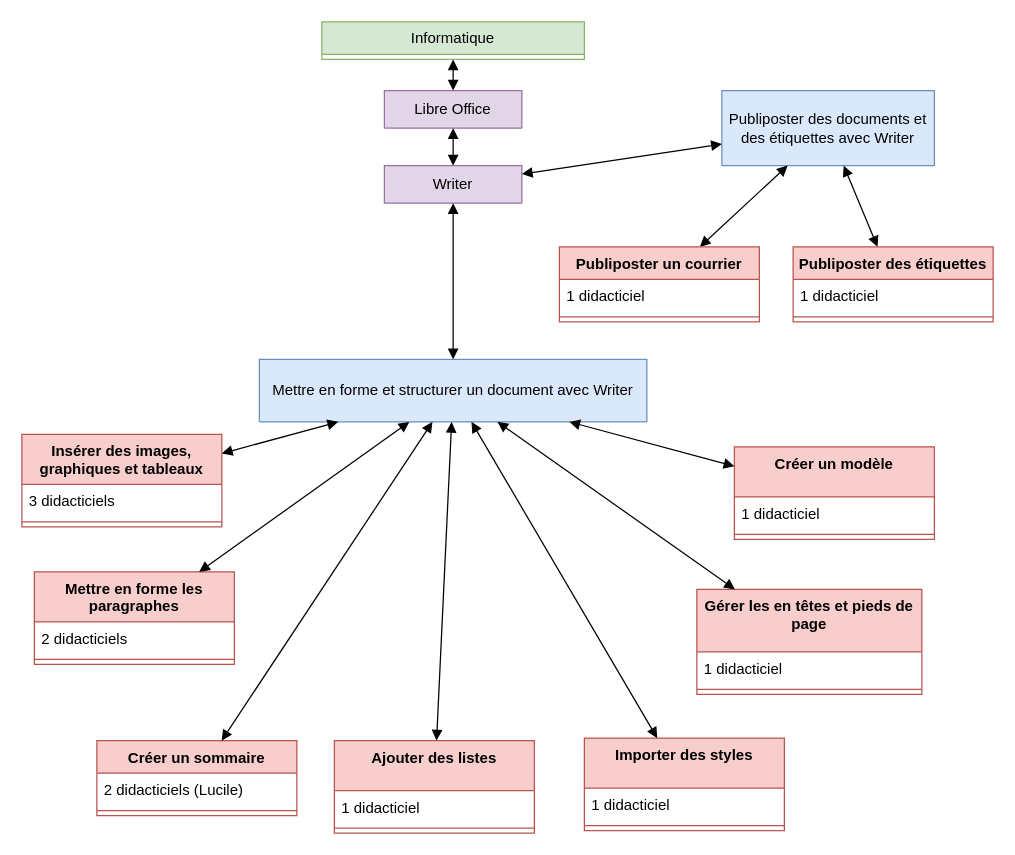
Above: Writer.drawio in jean-seb-2106/pythontest (draw.io), before the change. Source tidied: cells renumbered, new cells numbered last; positions are measured from the earlier drawing's top-left corner, leaving out a move shared by most shapes. Both pictures are drawn from the tidied source at 125%, with x=0, y=0 at pixel (21, 21).
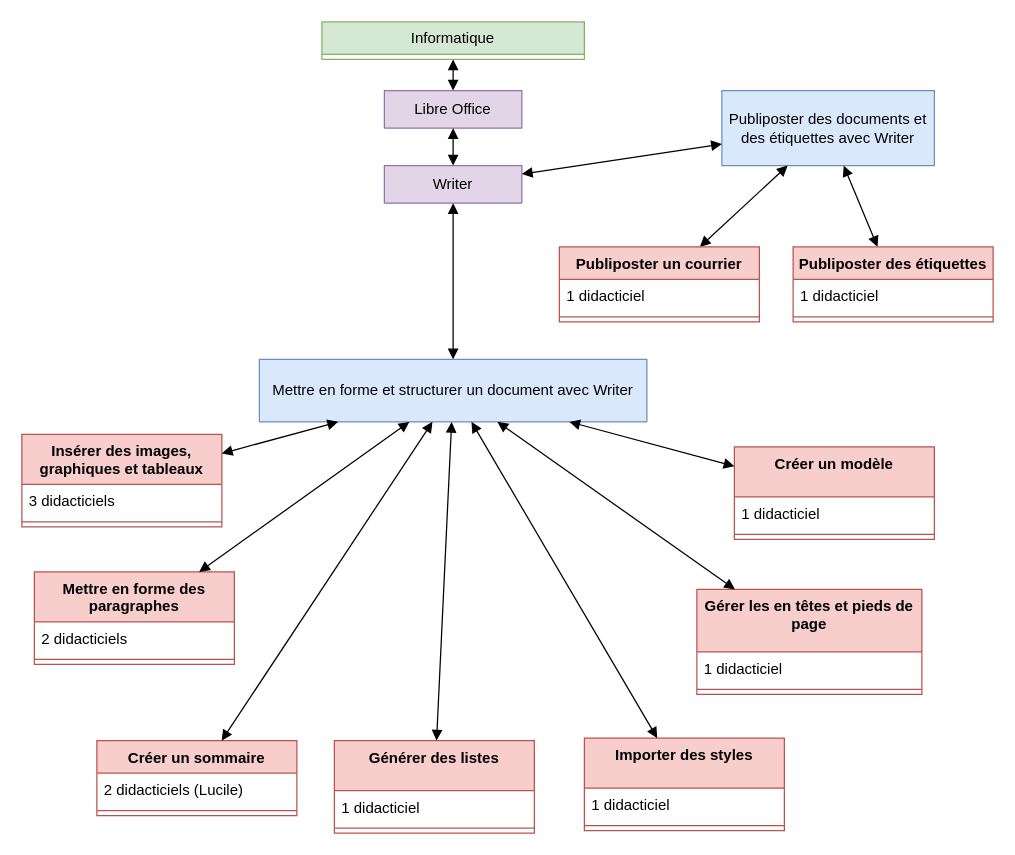
Above is the later version.

Commit message:
Mettre à jour Writer.drawio

Change to the diagram source:
```diff
@@
-    <mxCell id="22" value="Mettre en forme les paragraphes" style="swimlane;fontStyle=1;align=center;verticalAlign=top;horizontal=1;startSize=40;whiteSpace=wrap;html=1;fillColor=#f8cecc;strokeColor=#b85450;" parent="1" vertex="1">
+    <mxCell id="22" value="Mettre en forme des paragraphes" style="swimlane;fontStyle=1;align=center;verticalAlign=top;horizontal=1;startSize=40;whiteSpace=wrap;html=1;fillColor=#f8cecc;strokeColor=#b85450;" parent="1" vertex="1">
       <mxGeometry x="10" y="440" width="160" height="74" as="geometry" />
     </mxCell>
@@
-    <mxCell id="31" value="Ajouter des listes" style="swimlane;fontStyle=1;align=center;verticalAlign=top;horizontal=1;startSize=40;whiteSpace=wrap;html=1;fillColor=#f8cecc;strokeColor=#b85450;" parent="1" vertex="1">
+    <mxCell id="31" value="Générer des listes" style="swimlane;fontStyle=1;align=center;verticalAlign=top;horizontal=1;startSize=40;whiteSpace=wrap;html=1;fillColor=#f8cecc;strokeColor=#b85450;" parent="1" vertex="1">
       <mxGeometry x="250" y="575" width="160" height="74" as="geometry" />
     </mxCell>
```
